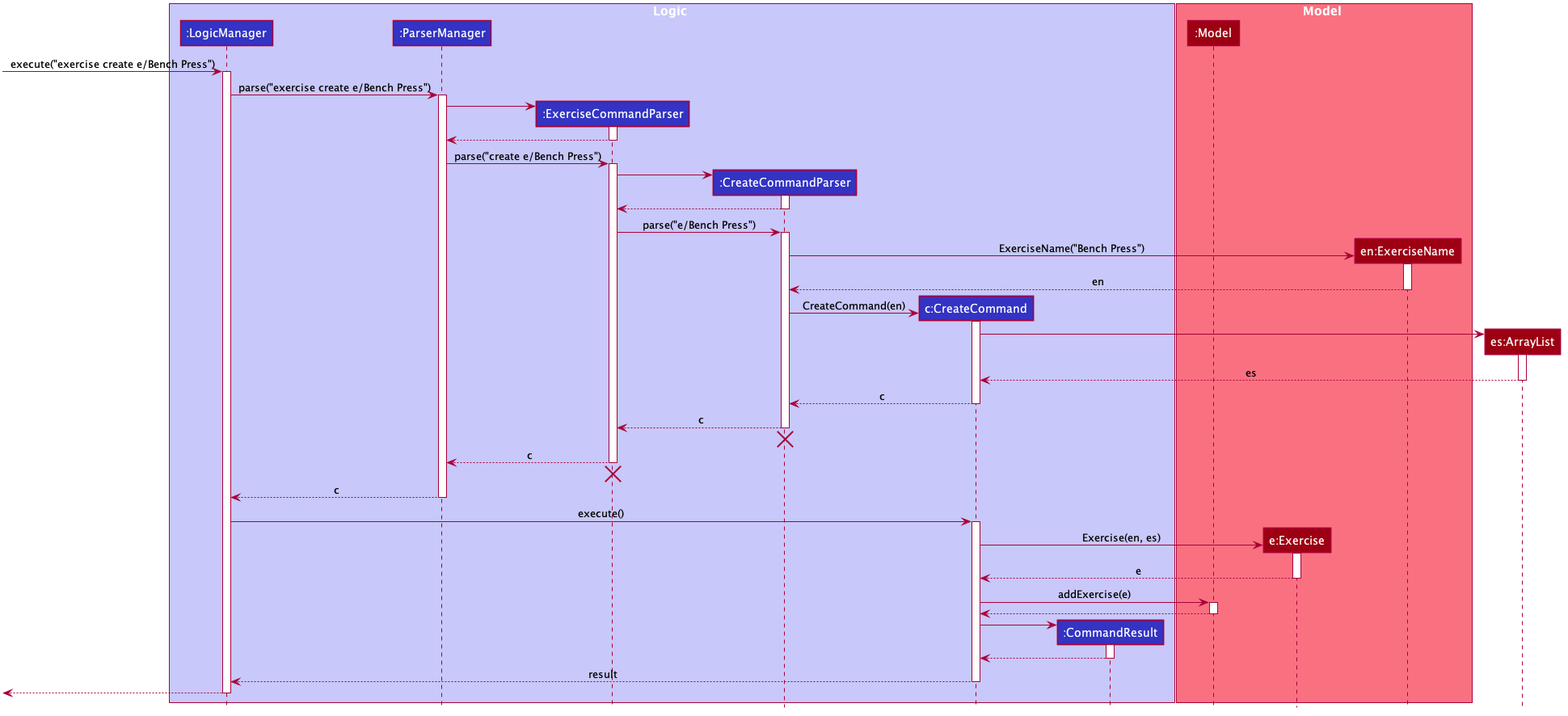
Before: docs/images/exercise/CreateCommandSequenceDiagram.png, a diagram exported from PlantUML (nus-cs2103-AY1920S2/addressbook-level3).
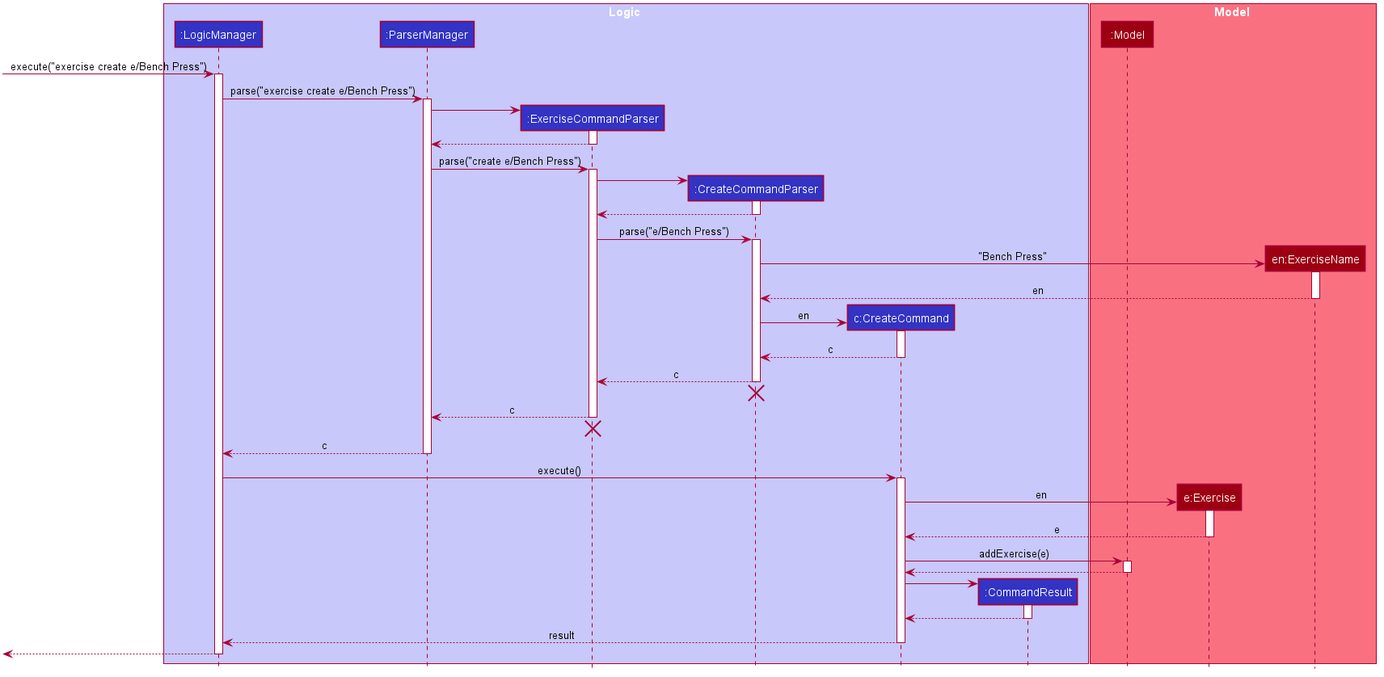
The same file after the commit.

What changed in the source:
```diff
@@ -1,4 +1,6 @@
 @startuml
+
+
 
 
 
@@ -63,8 +65,6 @@
 participant "en:ExerciseName" as ExerciseName #9D0012
 end box
 
-participant "es:ArrayList" as ArrayList #9D0012
-
 [-> LogicManager : execute("exercise create e/Bench Press")
 activate LogicManager
 
@@ -92,22 +92,15 @@
 activate CreateCommandParser
 
 create ExerciseName
-CreateCommandParser -> ExerciseName : ExerciseName("Bench Press")
+CreateCommandParser -> ExerciseName : "Bench Press"
 activate ExerciseName
 
 ExerciseName --> CreateCommandParser : en
 deactivate ExerciseName
 
 create CreateCommand
-CreateCommandParser -> CreateCommand : CreateCommand(en)
+CreateCommandParser -> CreateCommand : en
 activate CreateCommand
-
-create ArrayList
-CreateCommand -> ArrayList
-activate ArrayList
-
-ArrayList --> CreateCommand : es
-deactivate ArrayList
 
 CreateCommand --> CreateCommandParser : c
 deactivate CreateCommand
@@ -131,7 +124,7 @@
 activate CreateCommand
 
 create Exercise
-CreateCommand -> Exercise : Exercise(en, es)
+CreateCommand -> Exercise : en
 activate Exercise
 
 Exercise --> CreateCommand : e
```
